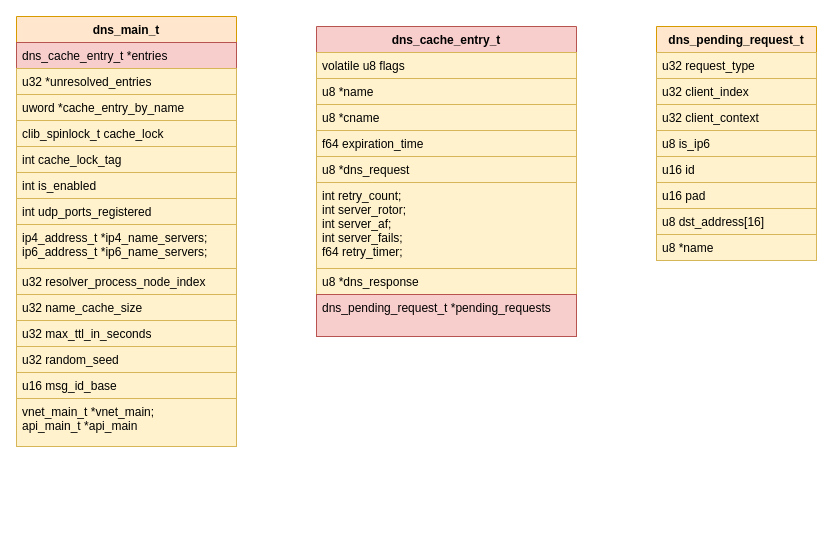
This is new_map/Untitled Diagram.drawio from jin13417/dpdk-vpp-learning, a draw.io file, before an edit. Source tidied: cells renumbered, new cells numbered last; positions are measured from the earlier drawing's top-left corner, leaving out a move shared by most shapes. Both pictures are drawn from the tidied source at 100%, with x=0, y=0 at pixel (16, 16).
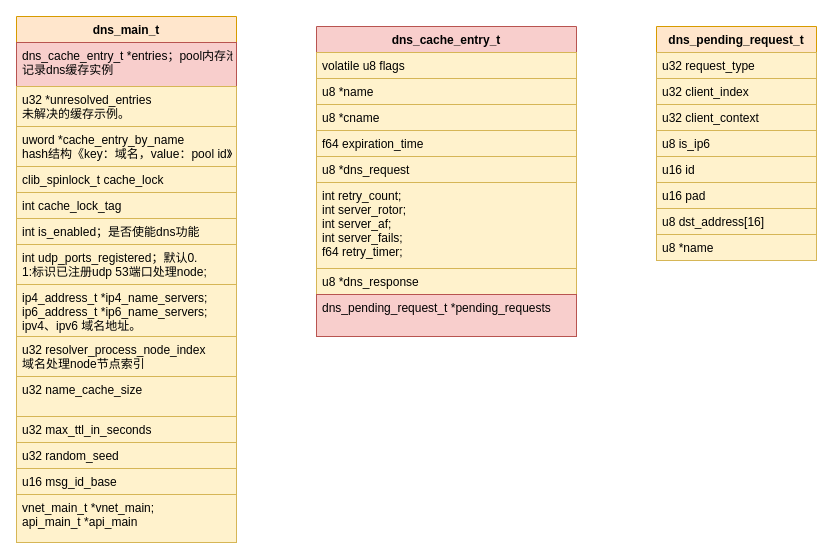
Above is the later version.

The edit, as a diff of the source:
```diff
@@
     <mxCell id="2" value="dns_main_t" style="swimlane;fontStyle=1;align=center;verticalAlign=top;horizontal=1;startSize=26;fillColor=#ffe6cc;strokeColor=#d79b00;" parent="1" vertex="1">
-      <mxGeometry width="220" height="430" as="geometry" />
+      <mxGeometry width="220" height="526" as="geometry" />
     </mxCell>
-    <mxCell id="3" value="dns_cache_entry_t *entries" style="text;fillColor=#f8cecc;align=left;verticalAlign=top;spacingLeft=4;spacingRight=4;overflow=hidden;strokeColor=#b85450;" parent="2" vertex="1">
-      <mxGeometry y="26" width="220" height="26" as="geometry" />
+    <mxCell id="3" value="dns_cache_entry_t *entries；pool内存池&#10;记录dns缓存实例&#10;" style="text;fillColor=#f8cecc;align=left;verticalAlign=top;spacingLeft=4;spacingRight=4;overflow=hidden;strokeColor=#b85450;" parent="2" vertex="1">
+      <mxGeometry y="26" width="220" height="44" as="geometry" />
     </mxCell>
-    <mxCell id="4" value="u32 *unresolved_entries" style="text;fillColor=#fff2cc;align=left;verticalAlign=top;spacingLeft=4;spacingRight=4;overflow=hidden;strokeColor=#d6b656;" parent="2" vertex="1">
-      <mxGeometry y="52" width="220" height="26" as="geometry" />
+    <mxCell id="4" value="u32 *unresolved_entries&#10;未解决的缓存示例。" style="text;fillColor=#fff2cc;align=left;verticalAlign=top;spacingLeft=4;spacingRight=4;overflow=hidden;strokeColor=#d6b656;" parent="2" vertex="1">
+      <mxGeometry y="70" width="220" height="40" as="geometry" />
     </mxCell>
-    <mxCell id="5" value="uword *cache_entry_by_name" style="text;fillColor=#fff2cc;align=left;verticalAlign=top;spacingLeft=4;spacingRight=4;overflow=hidden;strokeColor=#d6b656;" parent="2" vertex="1">
-      <mxGeometry y="78" width="220" height="26" as="geometry" />
+    <mxCell id="5" value="uword *cache_entry_by_name&#10;hash结构《key：域名，value：pool id》" style="text;fillColor=#fff2cc;align=left;verticalAlign=top;spacingLeft=4;spacingRight=4;overflow=hidden;strokeColor=#d6b656;" parent="2" vertex="1">
+      <mxGeometry y="110" width="220" height="40" as="geometry" />
     </mxCell>
     <mxCell id="6" value="clib_spinlock_t cache_lock" style="text;fillColor=#fff2cc;align=left;verticalAlign=top;spacingLeft=4;spacingRight=4;overflow=hidden;strokeColor=#d6b656;" parent="2" vertex="1">
-      <mxGeometry y="104" width="220" height="26" as="geometry" />
+      <mxGeometry y="150" width="220" height="26" as="geometry" />
     </mxCell>
     <mxCell id="7" value="int cache_lock_tag" style="text;fillColor=#fff2cc;align=left;verticalAlign=top;spacingLeft=4;spacingRight=4;overflow=hidden;strokeColor=#d6b656;" parent="2" vertex="1">
-      <mxGeometry y="130" width="220" height="26" as="geometry" />
+      <mxGeometry y="176" width="220" height="26" as="geometry" />
     </mxCell>
-    <mxCell id="8" value="int is_enabled" style="text;fillColor=#fff2cc;align=left;verticalAlign=top;spacingLeft=4;spacingRight=4;overflow=hidden;strokeColor=#d6b656;" parent="2" vertex="1">
-      <mxGeometry y="156" width="220" height="26" as="geometry" />
+    <mxCell id="8" value="int is_enabled；是否使能dns功能" style="text;fillColor=#fff2cc;align=left;verticalAlign=top;spacingLeft=4;spacingRight=4;overflow=hidden;strokeColor=#d6b656;" parent="2" vertex="1">
+      <mxGeometry y="202" width="220" height="26" as="geometry" />
     </mxCell>
-    <mxCell id="9" value="int udp_ports_registered" style="text;fillColor=#fff2cc;align=left;verticalAlign=top;spacingLeft=4;spacingRight=4;overflow=hidden;strokeColor=#d6b656;" parent="2" vertex="1">
-      <mxGeometry y="182" width="220" height="26" as="geometry" />
+    <mxCell id="9" value="int udp_ports_registered；默认0.&#10;1:标识已注册udp 53端口处理node;" style="text;fillColor=#fff2cc;align=left;verticalAlign=top;spacingLeft=4;spacingRight=4;overflow=hidden;strokeColor=#d6b656;" parent="2" vertex="1">
+      <mxGeometry y="228" width="220" height="40" as="geometry" />
     </mxCell>
-    <mxCell id="10" value="ip4_address_t *ip4_name_servers;&#10;ip6_address_t *ip6_name_servers;" style="text;fillColor=#fff2cc;align=left;verticalAlign=top;spacingLeft=4;spacingRight=4;overflow=hidden;strokeColor=#d6b656;" parent="2" vertex="1">
-      <mxGeometry y="208" width="220" height="44" as="geometry" />
+    <mxCell id="10" value="ip4_address_t *ip4_name_servers;&#10;ip6_address_t *ip6_name_servers;&#10;ipv4、ipv6 域名地址。" style="text;fillColor=#fff2cc;align=left;verticalAlign=top;spacingLeft=4;spacingRight=4;overflow=hidden;strokeColor=#d6b656;" parent="2" vertex="1">
+      <mxGeometry y="268" width="220" height="52" as="geometry" />
     </mxCell>
-    <mxCell id="11" value="u32 resolver_process_node_index" style="text;fillColor=#fff2cc;align=left;verticalAlign=top;spacingLeft=4;spacingRight=4;overflow=hidden;strokeColor=#d6b656;" parent="2" vertex="1">
-      <mxGeometry y="252" width="220" height="26" as="geometry" />
+    <mxCell id="11" value="u32 resolver_process_node_index&#10;域名处理node节点索引" style="text;fillColor=#fff2cc;align=left;verticalAlign=top;spacingLeft=4;spacingRight=4;overflow=hidden;strokeColor=#d6b656;" parent="2" vertex="1">
+      <mxGeometry y="320" width="220" height="40" as="geometry" />
     </mxCell>
     <mxCell id="12" value="u32 name_cache_size" style="text;fillColor=#fff2cc;align=left;verticalAlign=top;spacingLeft=4;spacingRight=4;overflow=hidden;strokeColor=#d6b656;" parent="2" vertex="1">
-      <mxGeometry y="278" width="220" height="26" as="geometry" />
+      <mxGeometry y="360" width="220" height="40" as="geometry" />
     </mxCell>
     <mxCell id="13" value="u32 max_ttl_in_seconds" style="text;strokeColor=#d6b656;fillColor=#fff2cc;align=left;verticalAlign=top;spacingLeft=4;spacingRight=4;overflow=hidden;" parent="2" vertex="1">
-      <mxGeometry y="304" width="220" height="26" as="geometry" />
+      <mxGeometry y="400" width="220" height="26" as="geometry" />
     </mxCell>
     <mxCell id="14" value="u32 random_seed" style="text;strokeColor=#d6b656;fillColor=#fff2cc;align=left;verticalAlign=top;spacingLeft=4;spacingRight=4;overflow=hidden;" parent="2" vertex="1">
-      <mxGeometry y="330" width="220" height="26" as="geometry" />
+      <mxGeometry y="426" width="220" height="26" as="geometry" />
     </mxCell>
     <mxCell id="15" value="u16 msg_id_base" style="text;strokeColor=#d6b656;fillColor=#fff2cc;align=left;verticalAlign=top;spacingLeft=4;spacingRight=4;overflow=hidden;" parent="2" vertex="1">
-      <mxGeometry y="356" width="220" height="26" as="geometry" />
+      <mxGeometry y="452" width="220" height="26" as="geometry" />
     </mxCell>
     <mxCell id="16" value="vnet_main_t *vnet_main;&#10;api_main_t *api_main" style="text;strokeColor=#d6b656;fillColor=#fff2cc;align=left;verticalAlign=top;spacingLeft=4;spacingRight=4;overflow=hidden;" parent="2" vertex="1">
-      <mxGeometry y="382" width="220" height="48" as="geometry" />
+      <mxGeometry y="478" width="220" height="48" as="geometry" />
     </mxCell>
```
